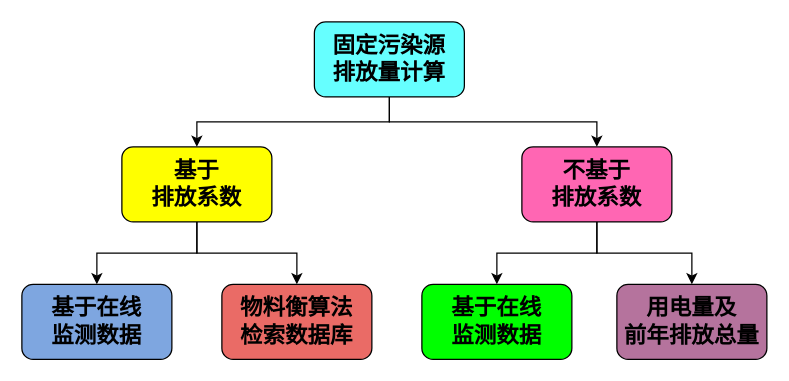
Earlier version of the draw.io diagram 固定污染源计算.drawio (WienWong/Misc). Source tidied: cells renumbered, new cells numbered last; positions are measured from the earlier drawing's top-left corner, leaving out a move shared by most shapes. Both pictures are drawn from the tidied source at 125%, with x=0, y=0 at pixel (21, 21).
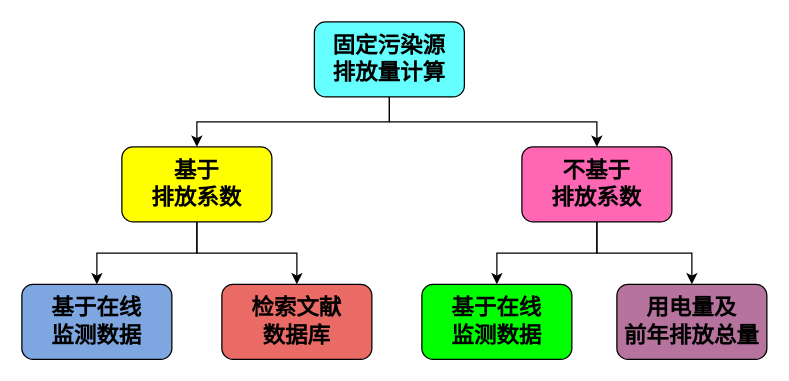
The same diagram, later.

Commit message:
Update 固定污染源计算.drawio

The edit, as a diff of the source:
```diff
@@
 <mxGraphModel>
   <root>
     <mxCell id="0" />
     <mxCell id="1" parent="0" />
     <mxCell id="2" style="edgeStyle=orthogonalEdgeStyle;rounded=0;jettySize=auto;html=1;exitX=0.5;exitY=1;exitDx=0;exitDy=0;" parent="1" edge="1" source="4" target="10">
       <mxGeometry relative="1" as="geometry" />
     </mxCell>
     <mxCell id="3" style="edgeStyle=orthogonalEdgeStyle;rounded=0;jettySize=auto;html=1;exitX=0.5;exitY=1;exitDx=0;exitDy=0;" parent="1" edge="1" source="4" target="7">
       <mxGeometry relative="1" as="geometry" />
     </mxCell>
     <mxCell id="4" value="&lt;font style=&quot;font-size: 18px&quot;&gt;&lt;b&gt;固定污染源&lt;br&gt;排放量计算&lt;/b&gt;&lt;/font&gt;" style="rounded=1;whiteSpace=wrap;html=1;fillColor=#66FFFF;" parent="1" vertex="1">
       <mxGeometry x="234" width="120" height="60" as="geometry" />
     </mxCell>
     <mxCell id="5" style="edgeStyle=orthogonalEdgeStyle;rounded=0;jettySize=auto;html=1;exitX=0.5;exitY=1;exitDx=0;exitDy=0;entryX=0.5;entryY=0;entryDx=0;entryDy=0;" parent="1" edge="1" source="7" target="11">
       <mxGeometry relative="1" as="geometry" />
     </mxCell>
     <mxCell id="6" style="edgeStyle=orthogonalEdgeStyle;rounded=0;jettySize=auto;html=1;exitX=0.5;exitY=1;exitDx=0;exitDy=0;entryX=0.5;entryY=0;entryDx=0;entryDy=0;" parent="1" edge="1" source="7" target="12">
       <mxGeometry relative="1" as="geometry" />
     </mxCell>
     <mxCell id="7" value="&lt;font style=&quot;font-size: 18px&quot;&gt;&lt;b&gt;不基于&lt;br&gt;排放系数&lt;/b&gt;&lt;/font&gt;" style="rounded=1;whiteSpace=wrap;html=1;fillColor=#FF66B3;" parent="1" vertex="1">
       <mxGeometry x="400" y="100" width="120" height="60" as="geometry" />
     </mxCell>
     <mxCell id="8" style="edgeStyle=orthogonalEdgeStyle;rounded=0;jettySize=auto;html=1;exitX=0.5;exitY=1;exitDx=0;exitDy=0;entryX=0.5;entryY=0;entryDx=0;entryDy=0;" parent="1" edge="1" source="10" target="13">
       <mxGeometry relative="1" as="geometry" />
     </mxCell>
     <mxCell id="9" style="edgeStyle=orthogonalEdgeStyle;rounded=0;jettySize=auto;html=1;exitX=0.5;exitY=1;exitDx=0;exitDy=0;entryX=0.5;entryY=0;entryDx=0;entryDy=0;" parent="1" edge="1" source="10" target="14">
       <mxGeometry relative="1" as="geometry" />
     </mxCell>
     <mxCell id="10" value="&lt;font style=&quot;font-size: 18px&quot;&gt;&lt;b&gt;基于&lt;br&gt;排放系数&lt;/b&gt;&lt;/font&gt;" style="rounded=1;whiteSpace=wrap;html=1;fillColor=#FFFF00;" parent="1" vertex="1">
       <mxGeometry x="80" y="100" width="120" height="60" as="geometry" />
     </mxCell>
     <mxCell id="11" value="&lt;font style=&quot;font-size: 18px&quot;&gt;&lt;b&gt;基于在线&lt;br&gt;监测数据&lt;/b&gt;&lt;/font&gt;" style="rounded=1;whiteSpace=wrap;html=1;fillColor=#00FF00;" parent="1" vertex="1">
       <mxGeometry x="320" y="210" width="120" height="60" as="geometry" />
     </mxCell>
     <mxCell id="12" value="&lt;span style=&quot;font-size: 18px&quot;&gt;&lt;b&gt;用电量及&lt;br&gt;前年排放总量&lt;/b&gt;&lt;/span&gt;" style="rounded=1;whiteSpace=wrap;html=1;fillColor=#B5739D;" parent="1" vertex="1">
       <mxGeometry x="476" y="210" width="120" height="60" as="geometry" />
     </mxCell>
     <mxCell id="13" value="&lt;font style=&quot;font-size: 18px&quot;&gt;&lt;b&gt;基于在线&lt;br&gt;监测数据&lt;/b&gt;&lt;/font&gt;" style="rounded=1;whiteSpace=wrap;html=1;fillColor=#7EA6E0;" parent="1" vertex="1">
       <mxGeometry y="210" width="120" height="60" as="geometry" />
     </mxCell>
-    <mxCell id="14" value="&lt;font style=&quot;font-size: 18px&quot;&gt;&lt;b&gt;物料衡算法&lt;br&gt;检索数据库&lt;/b&gt;&lt;/font&gt;" style="rounded=1;whiteSpace=wrap;html=1;fillColor=#EA6B66;" parent="1" vertex="1">
+    <mxCell id="14" value="&lt;font style=&quot;font-size: 18px&quot;&gt;&lt;b&gt;检索文献&lt;br&gt;数据库&lt;/b&gt;&lt;/font&gt;" style="rounded=1;whiteSpace=wrap;html=1;fillColor=#EA6B66;" parent="1" vertex="1">
       <mxGeometry x="160" y="210" width="120" height="60" as="geometry" />
     </mxCell>
   </root>
 </mxGraphModel>
```
